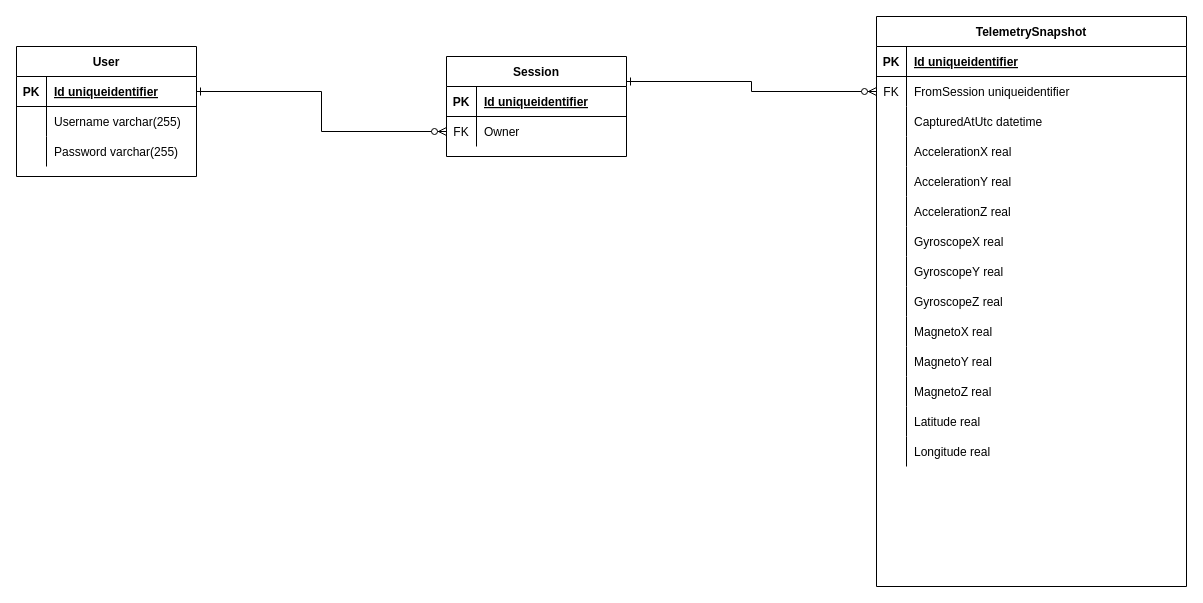
Earlier version of the draw.io diagram ERD.drawio (TimHanewich/TimHanewich.TelemetryFeed). Source tidied: cells renumbered, new cells numbered last; positions are measured from the earlier drawing's top-left corner, leaving out a move shared by most shapes. Both pictures are drawn from the tidied source at 100%, with x=0, y=0 at pixel (16, 16).
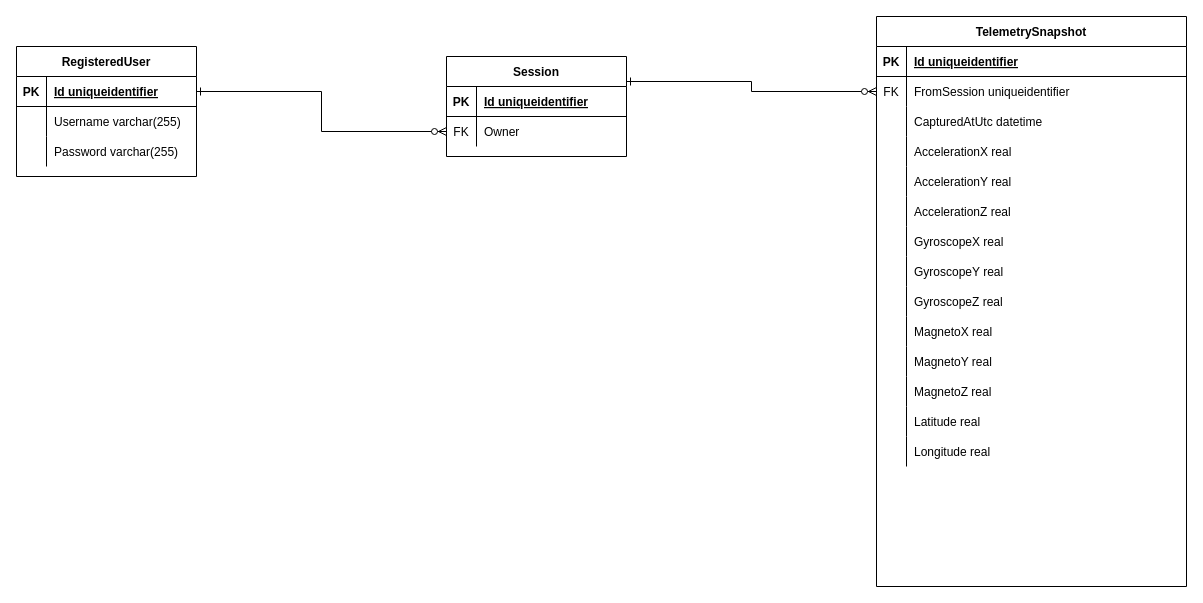
Above is the later version.

Commit message (it also covers changes not shown here):
Changed User to RegisteredUser

Change to the diagram source:
```diff
@@
-    <mxCell id="53" value="User" style="shape=table;startSize=30;childLayout=tableLayout;rowLines=0;fontStyle=1;align=center;" parent="1" vertex="1">
+    <mxCell id="53" value="RegisteredUser" style="shape=table;startSize=30;childLayout=tableLayout;rowLines=0;fontStyle=1;align=center;" parent="1" vertex="1">
       <mxGeometry y="30" width="180" height="130" as="geometry" />
     </mxCell>
```
